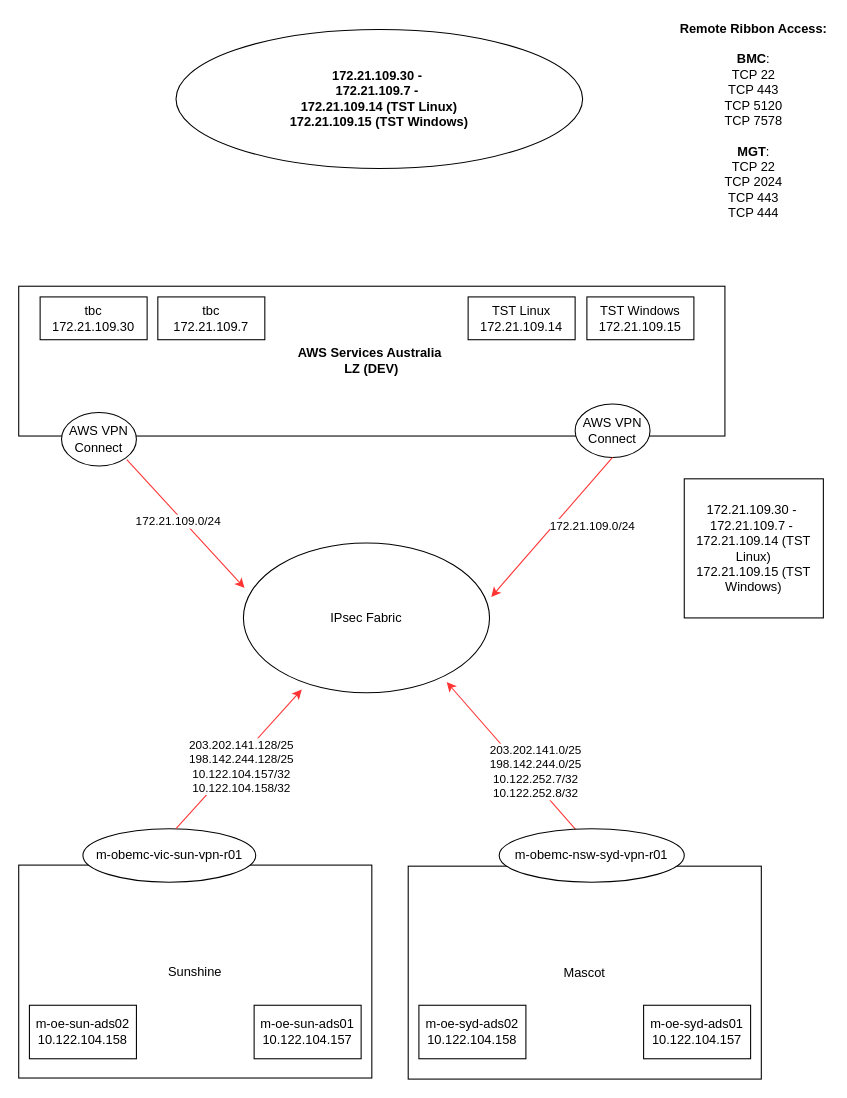
Before: SA Dev AWS into ATAC.drawio in mr-clutch/draw-io, a draw.io diagram. Source tidied: cells renumbered, new cells numbered last; positions are measured from the earlier drawing's top-left corner, leaving out a move shared by most shapes. Both pictures are drawn from the tidied source at 107%, with x=0, y=0 at pixel (18, 29).
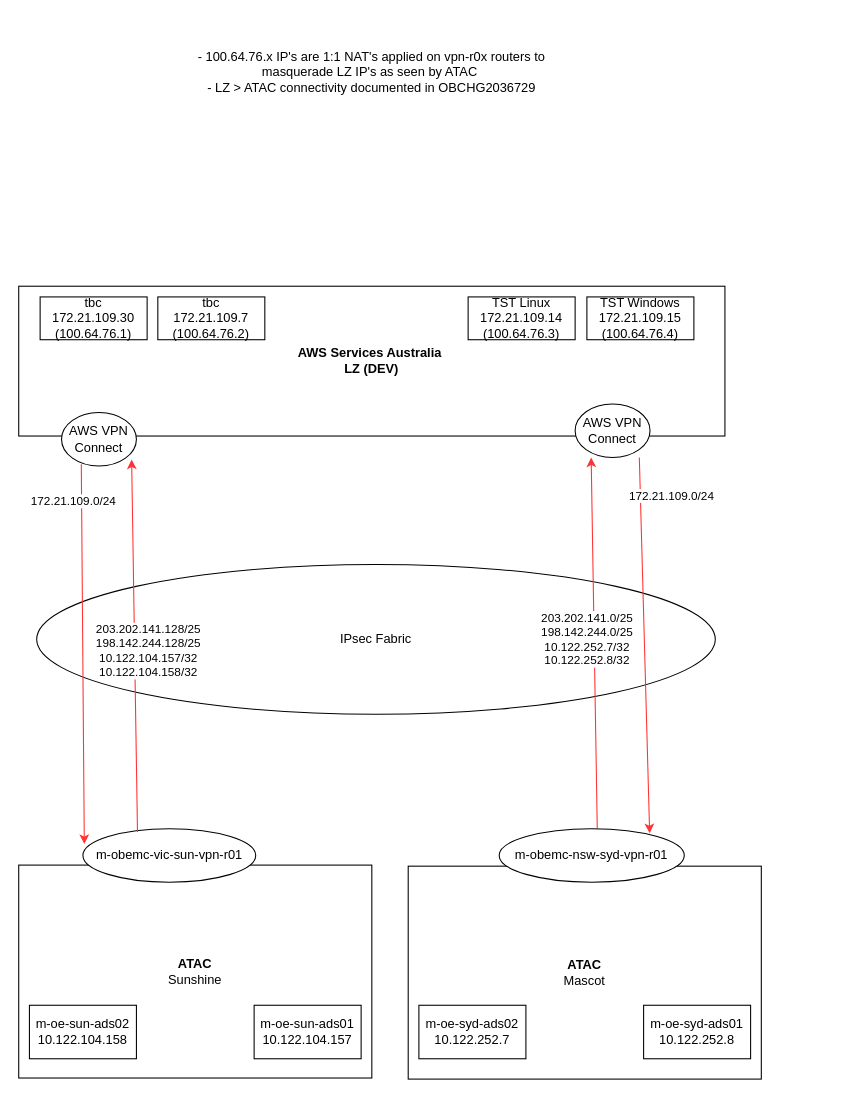
The same page after the edit.

The change refers to these unchanged cells:
```xml
<mxCell id="8" value="m-obemc-vic-sun-vpn-r01" style="ellipse;whiteSpace=wrap;html=1;" parent="1" vertex="1">
  <mxGeometry x="60" y="747" width="161.5" height="50" as="geometry" />
</mxCell>
<mxCell id="9" value="AWS VPN&lt;div&gt;Connect&lt;/div&gt;" style="ellipse;whiteSpace=wrap;html=1;" parent="1" vertex="1">
  <mxGeometry x="40" y="358" width="70" height="50" as="geometry" />
</mxCell>
<mxCell id="12" value="AWS VPN&lt;div&gt;Connect&lt;/div&gt;" style="ellipse;whiteSpace=wrap;html=1;" parent="1" vertex="1">
  <mxGeometry x="520" y="350" width="70" height="50" as="geometry" />
</mxCell>
<mxCell id="23" value="m-obemc-nsw-syd-vpn-r01" style="ellipse;whiteSpace=wrap;html=1;" parent="1" vertex="1">
  <mxGeometry x="449" y="747" width="173" height="50" as="geometry" />
</mxCell>
```

Change to the diagram source:
```diff
@@
     <mxCell id="2" value="IPsec Fabric" style="ellipse;whiteSpace=wrap;html=1;" parent="1" vertex="1">
-      <mxGeometry x="210" y="480" width="230" height="140" as="geometry" />
+      <mxGeometry x="16.8" y="500" width="634.2" height="140" as="geometry" />
     </mxCell>
@@
-    <mxCell id="4" value="Sunshine" style="rounded=0;whiteSpace=wrap;html=1;direction=west;" parent="1" vertex="1">
+    <mxCell id="4" value="&lt;div&gt;&lt;b&gt;ATAC&lt;/b&gt;&lt;/div&gt;Sunshine" style="rounded=0;whiteSpace=wrap;html=1;direction=west;" parent="1" vertex="1">
       <mxGeometry y="781" width="330" height="199" as="geometry" />
     </mxCell>
-    <mxCell id="5" value="Mascot" style="rounded=0;whiteSpace=wrap;html=1;direction=west;" parent="1" vertex="1">
+    <mxCell id="5" value="&lt;div&gt;&lt;b&gt;ATAC&lt;/b&gt;&lt;/div&gt;Mascot" style="rounded=0;whiteSpace=wrap;html=1;direction=west;" parent="1" vertex="1">
       <mxGeometry x="364" y="782" width="330" height="199" as="geometry" />
     </mxCell>
-    <mxCell id="6" style="endArrow=none;html=1;rounded=0;entryX=-0.02;entryY=0.616;entryDx=0;entryDy=0;entryPerimeter=0;exitX=0.48;exitY=0.996;exitDx=0;exitDy=0;exitPerimeter=0;" parent="1" edge="1" source="19">
-      <mxGeometry relative="1" as="geometry">
-        <mxPoint x="394" y="77" as="targetPoint" />
-      </mxGeometry>
-    </mxCell>
-    <mxCell id="7" value="&lt;b&gt;Remote Ribbon Access:&lt;/b&gt;&lt;div&gt;&lt;br&gt;&lt;/div&gt;&lt;div&gt;&lt;b&gt;BMC&lt;/b&gt;:&lt;/div&gt;&lt;div&gt;TCP 22&lt;/div&gt;&lt;div&gt;TCP 443&lt;/div&gt;&lt;div&gt;TCP 5120&lt;/div&gt;&lt;div&gt;TCP 7578&lt;/div&gt;&lt;div&gt;&lt;br&gt;&lt;/div&gt;&lt;div&gt;&lt;b&gt;MGT&lt;/b&gt;:&lt;/div&gt;&lt;div&gt;TCP 22&lt;/div&gt;&lt;div&gt;TCP 2024&lt;/div&gt;&lt;div&gt;TCP 443&lt;/div&gt;&lt;div&gt;TCP 444&lt;/div&gt;&lt;div&gt;&lt;br&gt;&lt;/div&gt;&lt;div&gt;&lt;br&gt;&lt;/div&gt;" style="text;strokeColor=none;align=center;fillColor=none;html=1;verticalAlign=middle;whiteSpace=wrap;rounded=0;" parent="1" vertex="1">
-      <mxGeometry x="617" y="20" width="140" height="160" as="geometry" />
-    </mxCell>
@@
-    <mxCell id="13" style="endArrow=classic;html=1;rounded=0;strokeColor=#FF3333;" parent="1" edge="1">
+    <mxCell id="13" style="endArrow=classic;html=1;rounded=0;strokeColor=#FF3333;entryX=0.936;entryY=0.879;entryDx=0;entryDy=0;entryPerimeter=0;" parent="1" edge="1" target="9">
       <mxGeometry relative="1" as="geometry">
-        <mxPoint x="147" y="747" as="sourcePoint" />
-        <mxPoint x="264.5" y="617" as="targetPoint" />
+        <mxPoint x="111" y="750" as="sourcePoint" />
       </mxGeometry>
     </mxCell>
     <mxCell id="14" value="203.202.141.128/25&lt;div&gt;198.142.244.128/25&lt;/div&gt;&lt;div&gt;10.122.104.157/32&lt;/div&gt;&lt;div&gt;&lt;div&gt;10.122.104.158/32&lt;/div&gt;&lt;/div&gt;" style="edgeLabel;html=1;align=center;verticalAlign=middle;strokeColor=#FF3333;" parent="13" vertex="1">
       <mxGeometry x="-0.4" y="2" relative="1" as="geometry">
-        <mxPoint x="26" y="-18" as="offset" />
+        <mxPoint x="13" y="-66" as="offset" />
       </mxGeometry>
     </mxCell>
-    <mxCell id="15" style="endArrow=classic;html=1;rounded=0;strokeColor=#FF3333;" parent="1" edge="1">
-      <mxGeometry relative="1" as="geometry">
-        <mxPoint x="101" y="402" as="sourcePoint" />
-        <mxPoint x="211" y="522" as="targetPoint" />
-      </mxGeometry>
+    <mxCell id="15" style="endArrow=classic;html=1;rounded=0;strokeColor=#FF3333;entryX=0.008;entryY=0.287;entryDx=0;entryDy=0;entryPerimeter=0;exitX=0.264;exitY=0.968;exitDx=0;exitDy=0;exitPerimeter=0;" parent="1" edge="1" source="9" target="8">
+      <mxGeometry relative="1" as="geometry" />
     </mxCell>
-    <mxCell id="16" value="172.21.109.0/24" style="edgeLabel;html=1;align=center;verticalAlign=middle;strokeColor=#FF3333;" parent="15" vertex="1">
+    <mxCell id="16" value="172.21.109.0/24" style="edgeLabel;html=1;align=center;verticalAlign=middle;strokeColor=#FF3333;rotation=0;" parent="15" vertex="1">
       <mxGeometry x="-0.4" y="2" relative="1" as="geometry">
-        <mxPoint x="13" y="23" as="offset" />
+        <mxPoint x="-11" y="-72" as="offset" />
       </mxGeometry>
     </mxCell>
-    <mxCell id="17" style="endArrow=classic;html=1;rounded=0;strokeColor=#FF3333;" parent="1" edge="1">
+    <mxCell id="17" style="endArrow=classic;html=1;rounded=0;strokeColor=#FF3333;exitX=0.53;exitY=-0.005;exitDx=0;exitDy=0;exitPerimeter=0;" parent="1" edge="1" source="23">
       <mxGeometry relative="1" as="geometry">
-        <mxPoint x="540" y="770" as="sourcePoint" />
-        <mxPoint x="400" y="610" as="targetPoint" />
+        <mxPoint x="535" y="400" as="targetPoint" />
       </mxGeometry>
     </mxCell>
     <mxCell id="18" value="203.202.141.0/25&lt;div style=&quot;forced-color-adjust: none;&quot;&gt;198.142.244.0/25&lt;/div&gt;&lt;div style=&quot;forced-color-adjust: none;&quot;&gt;10.122.252.7/32&lt;/div&gt;&lt;div style=&quot;forced-color-adjust: none;&quot;&gt;&lt;div style=&quot;forced-color-adjust: none;&quot;&gt;10.122.252.8/32&lt;/div&gt;&lt;/div&gt;" style="edgeLabel;html=1;align=center;verticalAlign=middle;strokeColor=#FF3333;direction=south;" parent="17" vertex="1">
       <mxGeometry x="-0.4" y="2" relative="1" as="geometry">
-        <mxPoint x="-14" y="-30" as="offset" />
+        <mxPoint x="-6" y="-73" as="offset" />
       </mxGeometry>
     </mxCell>
-    <mxCell id="19" value="&lt;b&gt;172.21.109.30 -&amp;nbsp;&lt;/b&gt;&lt;div&gt;&lt;b&gt;172.21.109.7 -&amp;nbsp;&lt;/b&gt;&lt;/div&gt;&lt;div&gt;&lt;b&gt;172.21.109.14 (TST Linux)&lt;/b&gt;&lt;/div&gt;&lt;div&gt;&lt;b&gt;172.21.109.15 (TST Windows)&lt;/b&gt;&lt;/div&gt;" style="ellipse;whiteSpace=wrap;html=1;" parent="1" vertex="1">
-      <mxGeometry x="147" width="380" height="130" as="geometry" />
-    </mxCell>
-    <mxCell id="20" value="&lt;span style=&quot;font-weight: normal;&quot;&gt;172.21.109.30 -&amp;nbsp;&lt;/span&gt;&lt;div&gt;&lt;span style=&quot;font-weight: normal;&quot;&gt;172.21.109.7 -&amp;nbsp;&lt;/span&gt;&lt;/div&gt;&lt;div&gt;&lt;span style=&quot;font-weight: normal;&quot;&gt;172.21.109.14 (TST Linux)&lt;/span&gt;&lt;/div&gt;&lt;div&gt;&lt;span style=&quot;font-weight: normal;&quot;&gt;172.21.109.15 (TST Windows)&lt;/span&gt;&lt;/div&gt;" style="whiteSpace=wrap;html=1;fontStyle=1;" parent="1" vertex="1">
-      <mxGeometry x="622" y="420" width="130" height="130" as="geometry" />
-    </mxCell>
-    <mxCell id="21" style="endArrow=classic;html=1;rounded=0;strokeColor=#FF3333;exitX=0.5;exitY=1;exitDx=0;exitDy=0;entryX=1.007;entryY=0.36;entryDx=0;entryDy=0;entryPerimeter=0;" parent="1" edge="1" source="12" target="2">
-      <mxGeometry relative="1" as="geometry" />
+    <mxCell id="21" style="endArrow=classic;html=1;rounded=0;strokeColor=#FF3333;entryX=0.813;entryY=0.084;entryDx=0;entryDy=0;entryPerimeter=0;" parent="1" edge="1" target="23">
+      <mxGeometry relative="1" as="geometry">
+        <mxPoint x="580" y="400" as="sourcePoint" />
+      </mxGeometry>
     </mxCell>
     <mxCell id="22" value="172.21.109.0/24" style="edgeLabel;html=1;align=center;verticalAlign=middle;strokeColor=#FF3333;" parent="21" vertex="1">
       <mxGeometry x="-0.4" y="2" relative="1" as="geometry">
-        <mxPoint x="13" y="23" as="offset" />
+        <mxPoint x="25" y="-69" as="offset" />
       </mxGeometry>
     </mxCell>
@@
-    <mxCell id="24" value="m-oe-syd-ads02&lt;div&gt;10.122.104.158&lt;/div&gt;" style="rounded=0;whiteSpace=wrap;html=1;direction=west;" parent="1" vertex="1">
+    <mxCell id="24" value="m-oe-syd-ads02&lt;div&gt;10.122.252.7&lt;/div&gt;" style="rounded=0;whiteSpace=wrap;html=1;direction=west;" parent="1" vertex="1">
       <mxGeometry x="374" y="912" width="100" height="50" as="geometry" />
     </mxCell>
-    <mxCell id="25" value="m-oe-syd-ads01&lt;div&gt;10.122.104.157&lt;/div&gt;" style="rounded=0;whiteSpace=wrap;html=1;direction=west;" parent="1" vertex="1">
+    <mxCell id="25" value="m-oe-syd-ads01&lt;div&gt;10.122.252.8&lt;/div&gt;" style="rounded=0;whiteSpace=wrap;html=1;direction=west;" parent="1" vertex="1">
       <mxGeometry x="584" y="912" width="100" height="50" as="geometry" />
     </mxCell>
-    <mxCell id="26" value="tbc&lt;br&gt;&lt;div&gt;172.21.109.30&lt;/div&gt;" style="rounded=0;whiteSpace=wrap;html=1;direction=west;" parent="1" vertex="1">
+    <mxCell id="26" value="tbc&lt;br&gt;&lt;div&gt;172.21.109.30&lt;br&gt;(100.64.76.1)&lt;/div&gt;" style="rounded=0;whiteSpace=wrap;html=1;direction=west;" parent="1" vertex="1">
       <mxGeometry x="20" y="250" width="100" height="40" as="geometry" />
     </mxCell>
-    <mxCell id="27" value="&lt;div&gt;tbc&lt;/div&gt;&lt;div&gt;172.21.109.7&lt;/div&gt;" style="rounded=0;whiteSpace=wrap;html=1;direction=west;" parent="1" vertex="1">
+    <mxCell id="27" value="&lt;div&gt;tbc&lt;/div&gt;&lt;div&gt;172.21.109.7&lt;/div&gt;&lt;div&gt;(100.64.76.2)&lt;/div&gt;" style="rounded=0;whiteSpace=wrap;html=1;direction=west;" parent="1" vertex="1">
       <mxGeometry x="130" y="250" width="100" height="40" as="geometry" />
     </mxCell>
-    <mxCell id="28" value="&lt;div&gt;TST Linux&lt;/div&gt;172.21.109.14" style="rounded=0;whiteSpace=wrap;html=1;direction=west;" parent="1" vertex="1">
+    <mxCell id="28" value="&lt;div&gt;TST Linux&lt;/div&gt;172.21.109.14&lt;br&gt;(100.64.76.3)" style="rounded=0;whiteSpace=wrap;html=1;direction=west;" parent="1" vertex="1">
       <mxGeometry x="420" y="250" width="100" height="40" as="geometry" />
     </mxCell>
-    <mxCell id="29" value="&lt;div&gt;TST Windows&lt;/div&gt;172.21.109.15" style="rounded=0;whiteSpace=wrap;html=1;direction=west;" parent="1" vertex="1">
+    <mxCell id="29" value="&lt;div&gt;TST Windows&lt;/div&gt;172.21.109.15&lt;div&gt;(100.64.76.4)&lt;/div&gt;" style="rounded=0;whiteSpace=wrap;html=1;direction=west;" parent="1" vertex="1">
       <mxGeometry x="531" y="250" width="100" height="40" as="geometry" />
     </mxCell>
+    <mxCell id="30" value="- 100.64.76.x IP's are 1:1 NAT's applied on vpn-r0x routers to masquerade LZ IP's as seen by ATAC&amp;nbsp;&lt;div&gt;- LZ &amp;gt; ATAC connectivity documented in&amp;nbsp;OBCHG2036729&lt;/div&gt;" style="text;strokeColor=none;align=center;fillColor=none;html=1;verticalAlign=middle;whiteSpace=wrap;rounded=0;" parent="1" vertex="1">
+      <mxGeometry x="150" y="-10" width="360" height="100" as="geometry" />
+    </mxCell>
```
